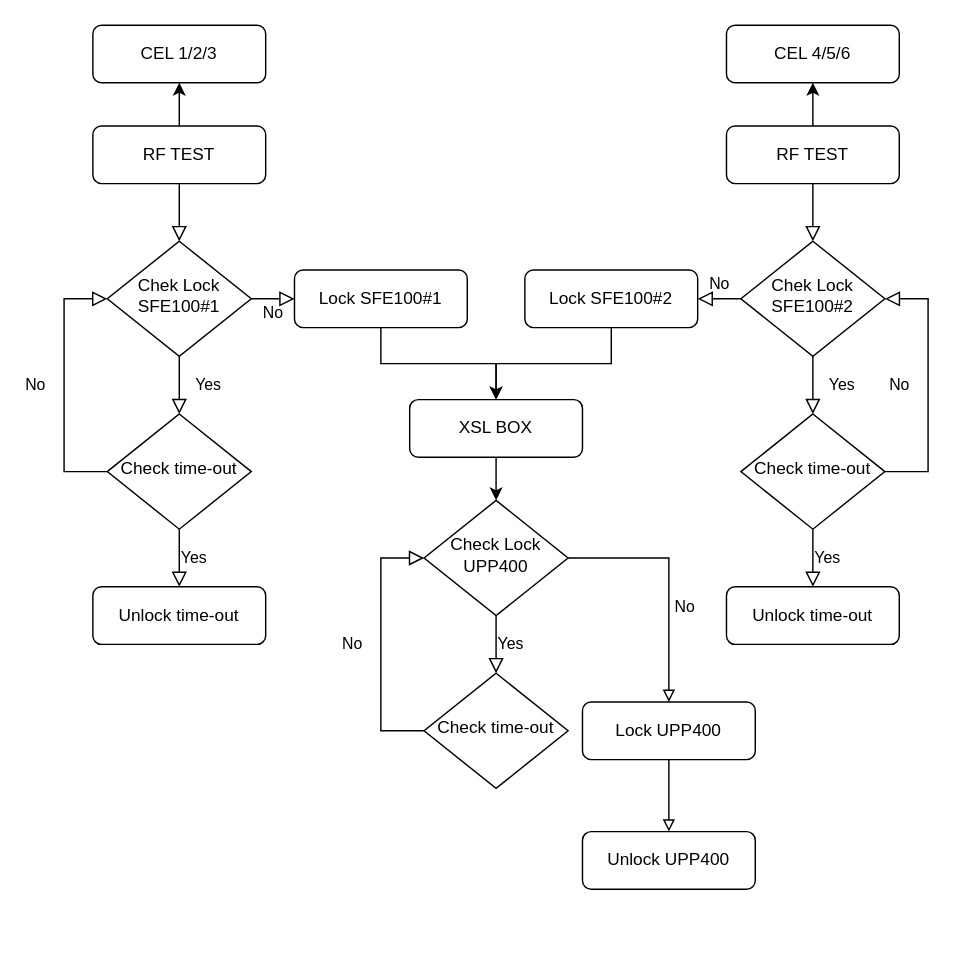
Before: Untitled Diagram.drawio in Waldri/index, a draw.io diagram. Source tidied: cells renumbered, new cells numbered last; positions are measured from the earlier drawing's top-left corner, leaving out a move shared by most shapes. Both pictures are drawn from the tidied source at 144%, with x=0, y=0 at pixel (63, 24).
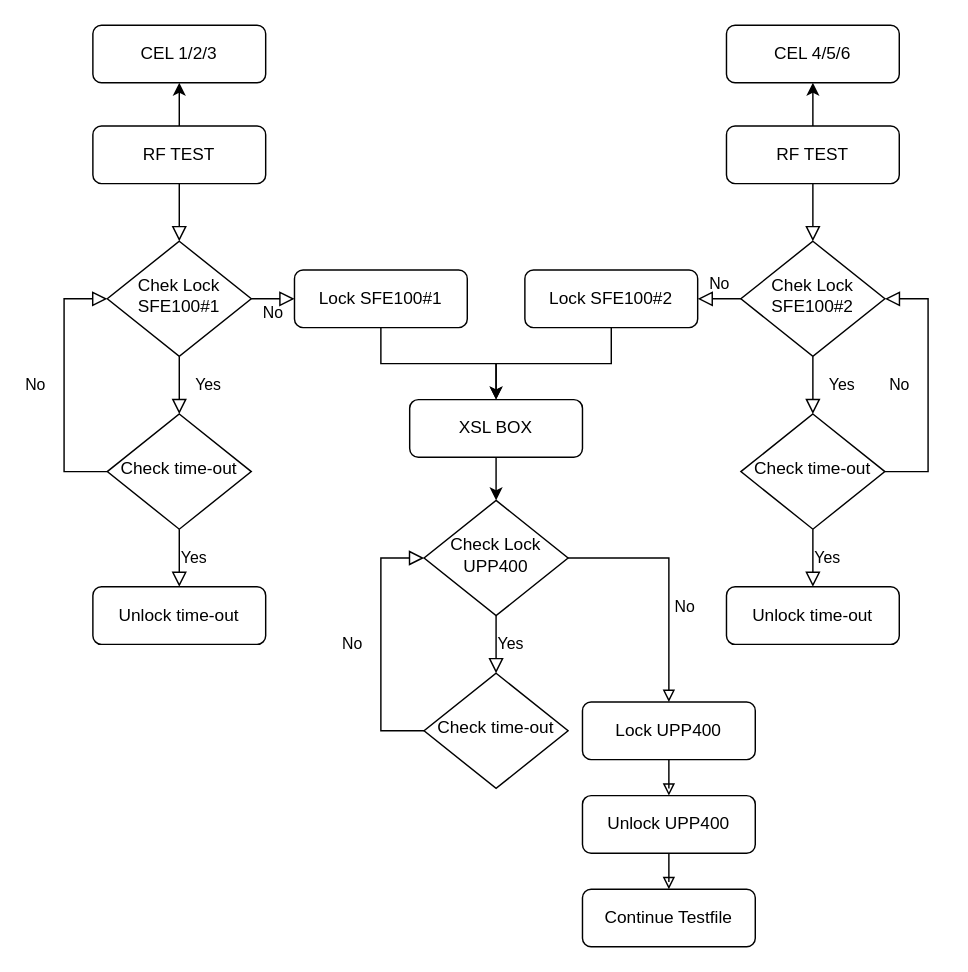
After the change.

The edit, as a diff of the source:
```diff
@@
+    <mxCell id="39" style="edgeStyle=orthogonalEdgeStyle;rounded=0;jettySize=auto;html=1;startArrow=none;startFill=0;endArrow=block;endFill=0;" parent="1" edge="1" source="38" target="40">
+      <mxGeometry relative="1" as="geometry" />
+    </mxCell>
     <mxCell id="38" value="Unlock UPP400" style="rounded=1;whiteSpace=wrap;html=1;fontSize=12;glass=0;strokeWidth=1;shadow=0;" parent="1" vertex="1">
-      <mxGeometry x="360" y="560" width="120" height="40" as="geometry" />
+      <mxGeometry x="360" y="535" width="120" height="40" as="geometry" />
     </mxCell>
+    <mxCell id="40" value="Continue Testfile" style="rounded=1;whiteSpace=wrap;html=1;fontSize=12;glass=0;strokeWidth=1;shadow=0;" parent="1" vertex="1">
+      <mxGeometry x="360" y="600" width="120" height="40" as="geometry" />
+    </mxCell>
```
